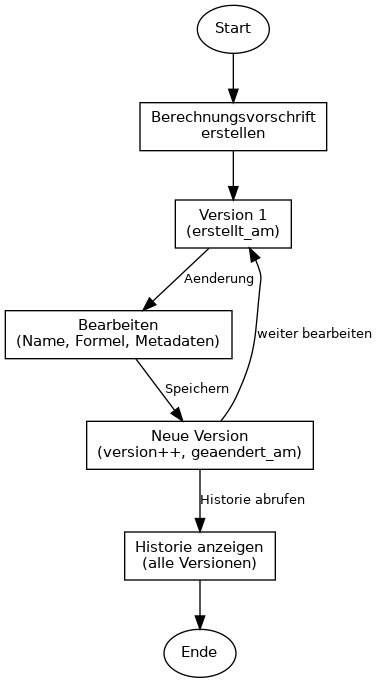
The Graphviz diagram dokumentation/diagramme/versionierung_workflow.png in InfAI/ExcelToBerechnungsvorschriften, before a commit. Its source is kept beside it as dokumentation/diagramme/versionierung_workflow.dot. Its diagram source:
```dot
digraph VersionierungWorkflow {
    rankdir=TB;
    node [shape=box, fontname="Helvetica", fontsize=11];
    edge [fontname="Helvetica", fontsize=10];

    Start [label="Start", shape=ellipse];
    Erstellen [label="Berechnungsvorschrift\nerstellen"];
    Version1 [label="Version 1\n(erstellt_am)"];
    Bearbeiten [label="Bearbeiten\n(Name, Formel, Metadaten)"];
    NeueVersion [label="Neue Version\n(version++, geaendert_am)"];
    Historie [label="Historie anzeigen\n(alle Versionen)"];
    Ende [label="Ende", shape=ellipse];

    Start -> Erstellen;
    Erstellen -> Version1;
    Version1 -> Bearbeiten [label="Aenderung"];
    Bearbeiten -> NeueVersion [label="Speichern"];
    NeueVersion -> Version1 [label="weiter bearbeiten"];
    NeueVersion -> Historie [label="Historie abrufen"];
    Historie -> Ende;
}
```
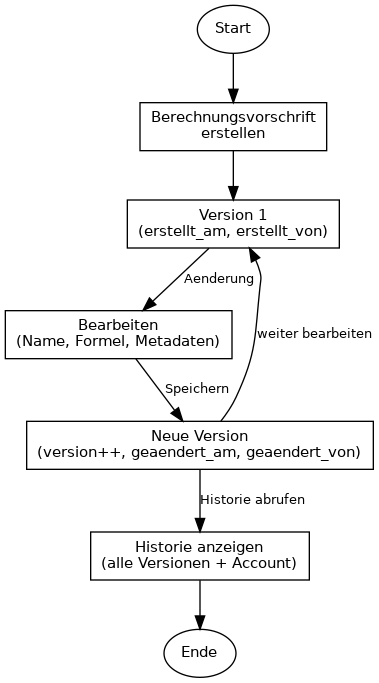
The same diagram one commit later.

Change to the diagram source:
```diff
@@ -5,10 +5,10 @@
 
     Start [label="Start", shape=ellipse];
     Erstellen [label="Berechnungsvorschrift\nerstellen"];
-    Version1 [label="Version 1\n(erstellt_am)"];
+    Version1 [label="Version 1\n(erstellt_am, erstellt_von)"];
     Bearbeiten [label="Bearbeiten\n(Name, Formel, Metadaten)"];
-    NeueVersion [label="Neue Version\n(version++, geaendert_am)"];
-    Historie [label="Historie anzeigen\n(alle Versionen)"];
+    NeueVersion [label="Neue Version\n(version++, geaendert_am, geaendert_von)"];
+    Historie [label="Historie anzeigen\n(alle Versionen + Account)"];
     Ende [label="Ende", shape=ellipse];
 
     Start -> Erstellen;
```
